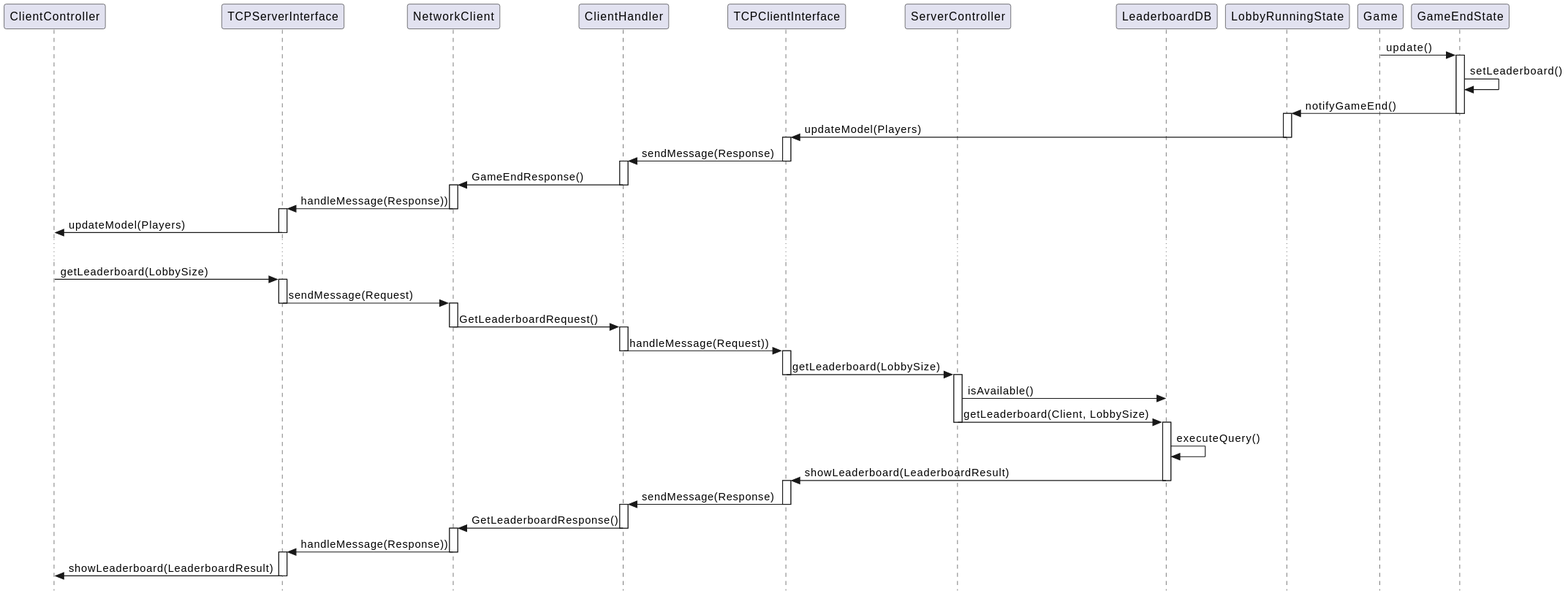
This is uml/rank_tcp.svg from Teiyo22/ing-sw-2026-hu-hu-jin-jin, a PlantUML export, as it was before one commit. The source it was exported from:
```plantuml
@startuml
skinparam style strictuml

participant ClientController
participant TCPServerInterface
participant NetworkClient
participant ClientHandler
participant TCPClientInterface
participant ServerController
participant LeaderboardDB
participant LobbyRunningState
participant Game
participant GameEndState

Game -> GameEndState : update()

activate GameEndState
GameEndState -> GameEndState: setLeaderboard()
GameEndState -> LobbyRunningState: notifyGameEnd()
deactivate GameEndState

activate LobbyRunningState
LobbyRunningState -> TCPClientInterface:  updateModel(Players)
deactivate LobbyRunningState

activate TCPClientInterface
TCPClientInterface -> ClientHandler: sendMessage(Response)
deactivate TCPClientInterface

activate ClientHandler
ClientHandler -> NetworkClient: GameEndResponse()
deactivate ClientHandler

activate NetworkClient
NetworkClient -> TCPServerInterface: handleMessage(Response))
deactivate NetworkClient

activate TCPServerInterface
TCPServerInterface -> ClientController: updateModel(Players)
deactivate TCPServerInterface

...

ClientController -> TCPServerInterface: getLeaderboard(LobbySize)

activate TCPServerInterface
TCPServerInterface -> NetworkClient: sendMessage(Request)
deactivate TCPServerInterface

activate NetworkClient
NetworkClient -> ClientHandler: GetLeaderboardRequest()
deactivate NetworkClient

activate ClientHandler
ClientHandler -> TCPClientInterface: handleMessage(Request))
deactivate ClientHandler

activate TCPClientInterface
TCPClientInterface -> ServerController: getLeaderboard(LobbySize)
deactivate TCPClientInterface

activate ServerController
ServerController -> LeaderboardDB : isAvailable()
ServerController -> LeaderboardDB : getLeaderboard(Client, LobbySize)
deactivate ServerController

activate LeaderboardDB
LeaderboardDB -> LeaderboardDB: executeQuery()
LeaderboardDB -> TCPClientInterface: showLeaderboard(LeaderboardResult)
deactivate LeaderboardDB

activate TCPClientInterface
TCPClientInterface -> ClientHandler: sendMessage(Response)
deactivate TCPClientInterface

activate ClientHandler
ClientHandler -> NetworkClient: GetLeaderboardResponse()
deactivate ClientHandler

activate NetworkClient
NetworkClient -> TCPServerInterface: handleMessage(Response))
deactivate NetworkClient

activate TCPServerInterface
TCPServerInterface -> ClientController: showLeaderboard(LeaderboardResult)
deactivate TCPServerInterface
@enduml
```
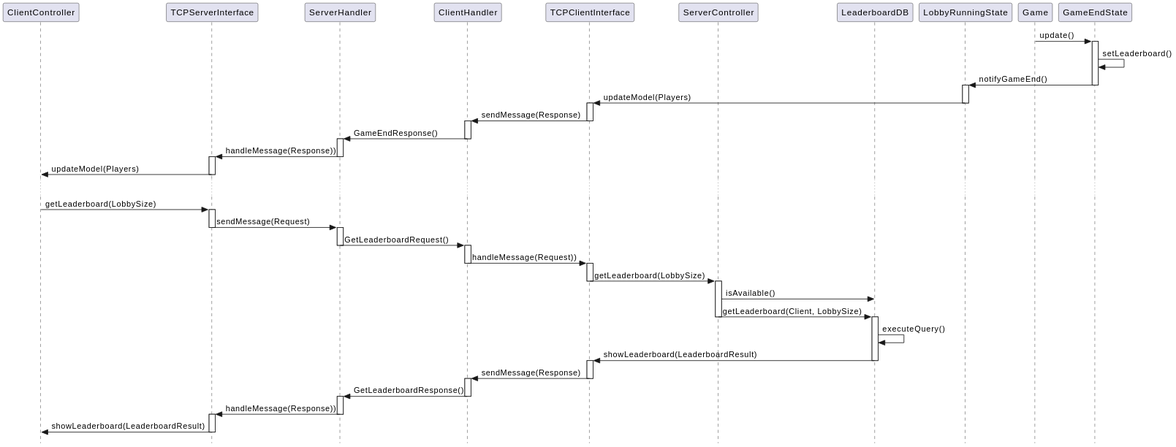
After the commit.

The edit, as a diff of the source:
```diff
@@ -3,7 +3,7 @@
 
 participant ClientController
 participant TCPServerInterface
-participant NetworkClient
+participant ServerHandler
 participant ClientHandler
 participant TCPClientInterface
 participant ServerController
@@ -28,12 +28,12 @@
 deactivate TCPClientInterface
 
 activate ClientHandler
-ClientHandler -> NetworkClient: GameEndResponse()
+ClientHandler -> ServerHandler: GameEndResponse()
 deactivate ClientHandler
 
-activate NetworkClient
-NetworkClient -> TCPServerInterface: handleMessage(Response))
-deactivate NetworkClient
+activate ServerHandler
+ServerHandler -> TCPServerInterface: handleMessage(Response))
+deactivate ServerHandler
 
 activate TCPServerInterface
 TCPServerInterface -> ClientController: updateModel(Players)
@@ -44,12 +44,12 @@
 ClientController -> TCPServerInterface: getLeaderboard(LobbySize)
 
 activate TCPServerInterface
-TCPServerInterface -> NetworkClient: sendMessage(Request)
+TCPServerInterface -> ServerHandler: sendMessage(Request)
 deactivate TCPServerInterface
 
-activate NetworkClient
-NetworkClient -> ClientHandler: GetLeaderboardRequest()
-deactivate NetworkClient
+activate ServerHandler
+ServerHandler -> ClientHandler: GetLeaderboardRequest()
+deactivate ServerHandler
 
 activate ClientHandler
 ClientHandler -> TCPClientInterface: handleMessage(Request))
@@ -74,12 +74,12 @@
 deactivate TCPClientInterface
 
 activate ClientHandler
-ClientHandler -> NetworkClient: GetLeaderboardResponse()
+ClientHandler -> ServerHandler: GetLeaderboardResponse()
 deactivate ClientHandler
 
-activate NetworkClient
-NetworkClient -> TCPServerInterface: handleMessage(Response))
-deactivate NetworkClient
+activate ServerHandler
+ServerHandler -> TCPServerInterface: handleMessage(Response))
+deactivate ServerHandler
 
 activate TCPServerInterface
 TCPServerInterface -> ClientController: showLeaderboard(LeaderboardResult)
```
